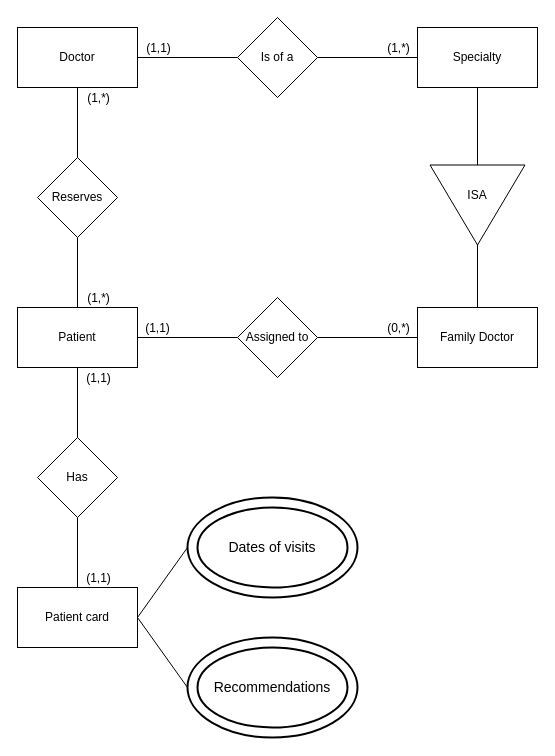
devtot0/FundamentalsOfDatabases keeps this draw.io diagram as Task3/Task3.drawio. Above is the earlier version. Source tidied: cells renumbered, new cells numbered last; positions are measured from the earlier drawing's top-left corner, leaving out a move shared by most shapes. Both pictures are drawn from the tidied source at 100%, with x=0, y=0 at pixel (17, 17).
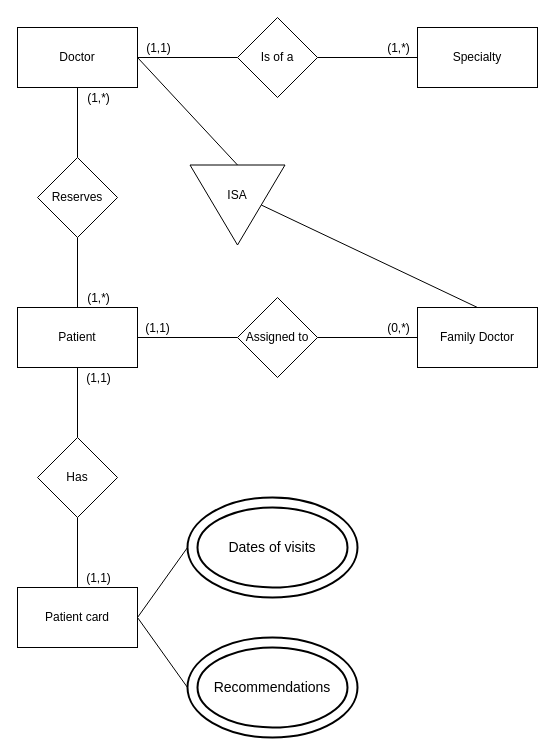
Above is the later version.

The change refers to these unchanged cells:
```xml
<mxCell id="6" value="Doctor" style="rounded=0;whiteSpace=wrap;html=1;" parent="1" vertex="1">
  <mxGeometry y="10" width="120" height="60" as="geometry" />
</mxCell>
<mxCell id="11" value="Specialty&lt;br&gt;" style="rounded=0;whiteSpace=wrap;html=1;" parent="1" vertex="1">
  <mxGeometry x="400" y="10" width="120" height="60" as="geometry" />
</mxCell>
<mxCell id="12" value="Family Doctor&lt;br&gt;" style="rounded=0;whiteSpace=wrap;html=1;" parent="1" vertex="1">
  <mxGeometry x="400" y="290" width="120" height="60" as="geometry" />
</mxCell>
<mxCell id="35" style="triangle;whiteSpace=wrap;html=1;rotation=90;" parent="34" vertex="1">
  <mxGeometry width="80" height="95" as="geometry" />
</mxCell>
```

What changed in the source:
```diff
@@
-    <mxCell id="10" style="edgeStyle=none;rounded=0;jettySize=auto;html=1;endArrow=none;endFill=0;" parent="1" edge="1" source="11" target="35">
-      <mxGeometry relative="1" as="geometry" />
-    </mxCell>
@@
-    <mxCell id="32" style="edgeStyle=none;rounded=0;jettySize=auto;html=1;endArrow=none;endFill=0;" parent="1" edge="1" source="35" target="12">
+    <mxCell id="32" style="edgeStyle=none;rounded=0;jettySize=auto;html=1;endArrow=none;endFill=0;exitX=0.5;exitY=0;exitDx=0;exitDy=0;entryX=0.5;entryY=0;entryDx=0;entryDy=0;" parent="1" edge="1" source="35" target="12">
       <mxGeometry relative="1" as="geometry" />
     </mxCell>
     <mxCell id="33" style="group;" parent="1" vertex="1">
-      <mxGeometry x="420" y="140" width="80" height="95" as="geometry" />
+      <mxGeometry x="180" y="140" width="80" height="95" as="geometry" />
     </mxCell>
@@
+    <mxCell id="37" style="endArrow=none;html=1;entryX=1;entryY=0.5;entryDx=0;entryDy=0;exitX=0;exitY=0.5;exitDx=0;exitDy=0;" parent="1" edge="1" source="35" target="6">
+      <mxGeometry relative="1" as="geometry" />
+    </mxCell>
```
